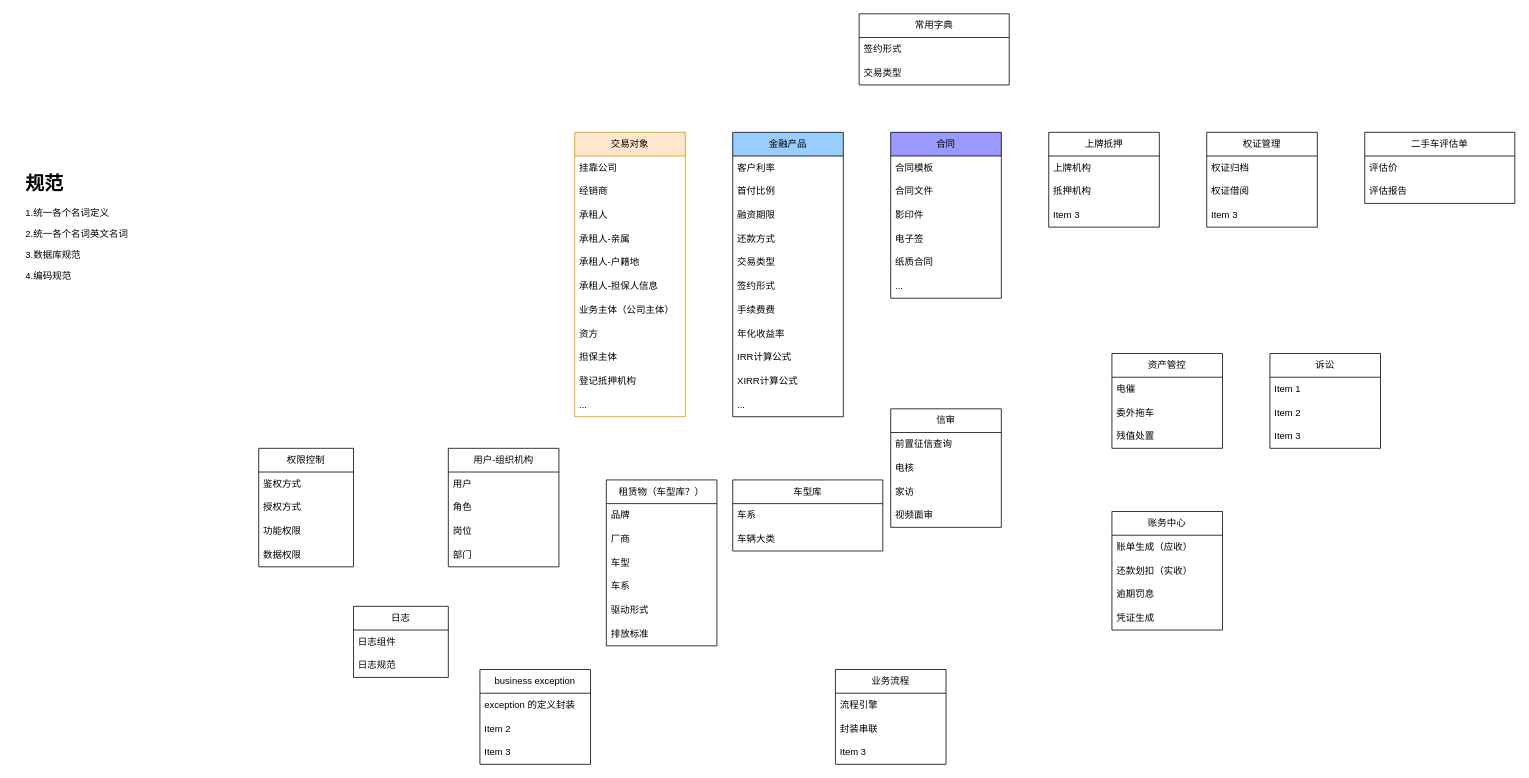
The draw.io diagram 融资租赁-domain划分.drawio in XiongZen/QJReconstitution, before the edit. Source tidied: cells renumbered, new cells numbered last; positions are measured from the earlier drawing's top-left corner, leaving out a move shared by most shapes. Both pictures are drawn from the tidied source at 79%, with x=0, y=0 at pixel (21, 13).
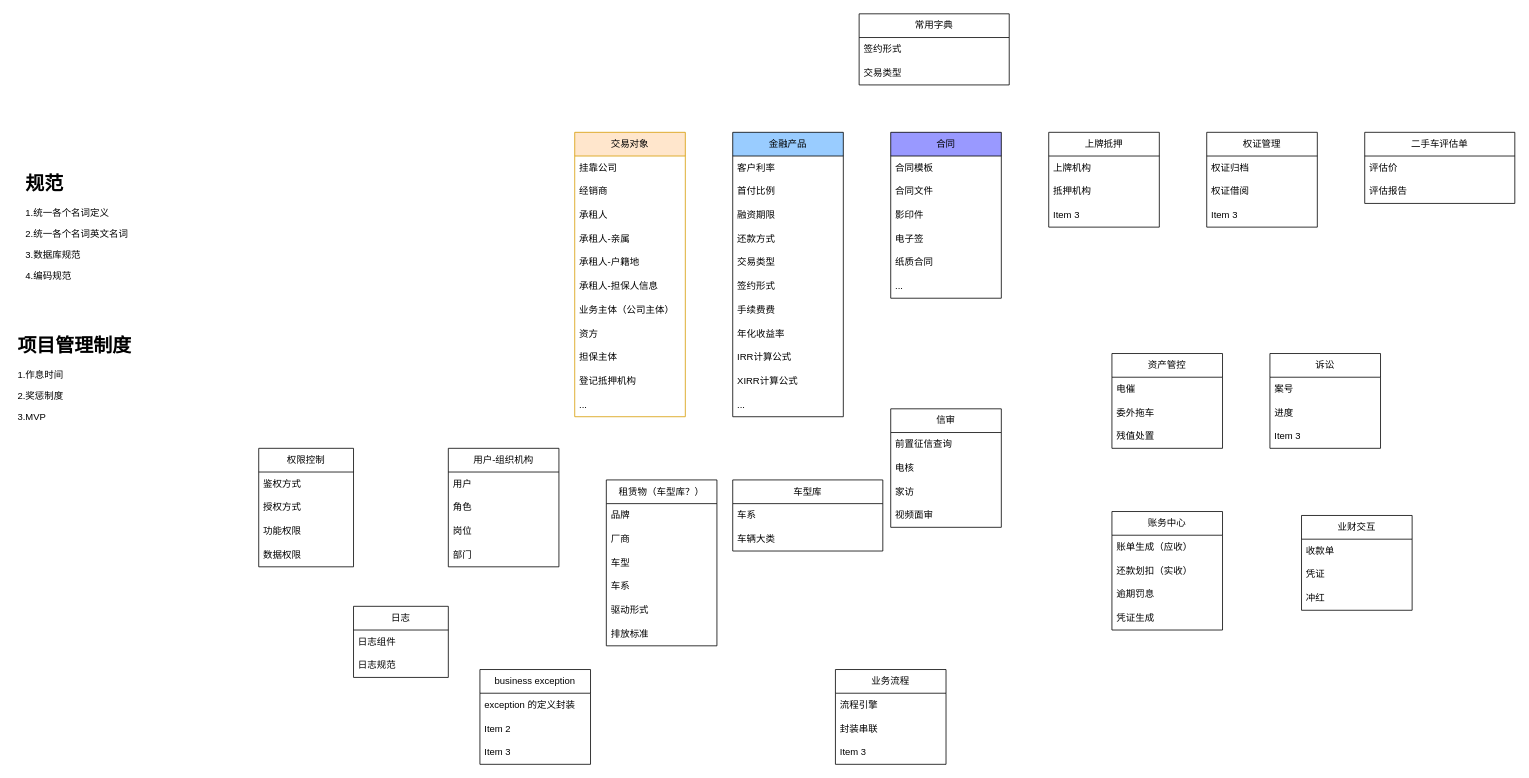
After the change.

The change refers to these unchanged cells:
```xml
<mxCell id="27" value="诉讼" style="swimlane;fontStyle=0;horizontal=1;startSize=30;whiteSpace=wrap;html=1;" parent="1" vertex="1">
  <mxGeometry x="1580" y="430" width="140" height="120" as="geometry" />
</mxCell>
```

The edit, as a diff of the source:
```diff
@@
-    <mxCell id="28" value="Item 1" style="text;strokeColor=none;fillColor=none;align=left;verticalAlign=middle;spacingLeft=4;spacingRight=4;overflow=hidden;whiteSpace=wrap;html=1;" parent="27" vertex="1">
+    <mxCell id="28" value="案号" style="text;strokeColor=none;fillColor=none;align=left;verticalAlign=middle;spacingLeft=4;spacingRight=4;overflow=hidden;whiteSpace=wrap;html=1;" parent="27" vertex="1">
       <mxGeometry y="30" width="140" height="30" as="geometry" />
     </mxCell>
-    <mxCell id="29" value="Item 2" style="text;strokeColor=none;fillColor=none;align=left;verticalAlign=middle;spacingLeft=4;spacingRight=4;overflow=hidden;whiteSpace=wrap;html=1;" parent="27" vertex="1">
+    <mxCell id="29" value="进度" style="text;strokeColor=none;fillColor=none;align=left;verticalAlign=middle;spacingLeft=4;spacingRight=4;overflow=hidden;whiteSpace=wrap;html=1;" parent="27" vertex="1">
       <mxGeometry y="60" width="140" height="30" as="geometry" />
     </mxCell>
@@
+    <mxCell id="97" value="业财交互" style="swimlane;fontStyle=0;horizontal=1;startSize=30;whiteSpace=wrap;html=1;" parent="1" vertex="1">
+      <mxGeometry x="1620" y="635" width="140" height="120" as="geometry" />
+    </mxCell>
+    <mxCell id="98" value="收款单" style="text;strokeColor=none;fillColor=none;align=left;verticalAlign=middle;spacingLeft=4;spacingRight=4;overflow=hidden;whiteSpace=wrap;html=1;" parent="97" vertex="1">
+      <mxGeometry y="30" width="140" height="30" as="geometry" />
+    </mxCell>
+    <mxCell id="99" value="凭证" style="text;strokeColor=none;fillColor=none;align=left;verticalAlign=middle;spacingLeft=4;spacingRight=4;overflow=hidden;whiteSpace=wrap;html=1;" parent="97" vertex="1">
+      <mxGeometry y="60" width="140" height="30" as="geometry" />
+    </mxCell>
+    <mxCell id="100" value="冲红" style="text;strokeColor=none;fillColor=none;align=left;verticalAlign=middle;spacingLeft=4;spacingRight=4;overflow=hidden;whiteSpace=wrap;html=1;" parent="97" vertex="1">
+      <mxGeometry y="90" width="140" height="30" as="geometry" />
+    </mxCell>
+    <mxCell id="101" value="&lt;h1&gt;项目管理制度&lt;/h1&gt;&lt;p&gt;1.作息时间&lt;/p&gt;&lt;p&gt;2.奖惩制度&lt;/p&gt;&lt;p&gt;3.MVP&lt;/p&gt;" style="text;html=1;strokeColor=none;fillColor=none;spacing=5;spacingTop=-20;whiteSpace=wrap;overflow=hidden;rounded=0;" parent="1" vertex="1">
+      <mxGeometry x="-10" y="400" width="190" height="190" as="geometry" />
+    </mxCell>
```
